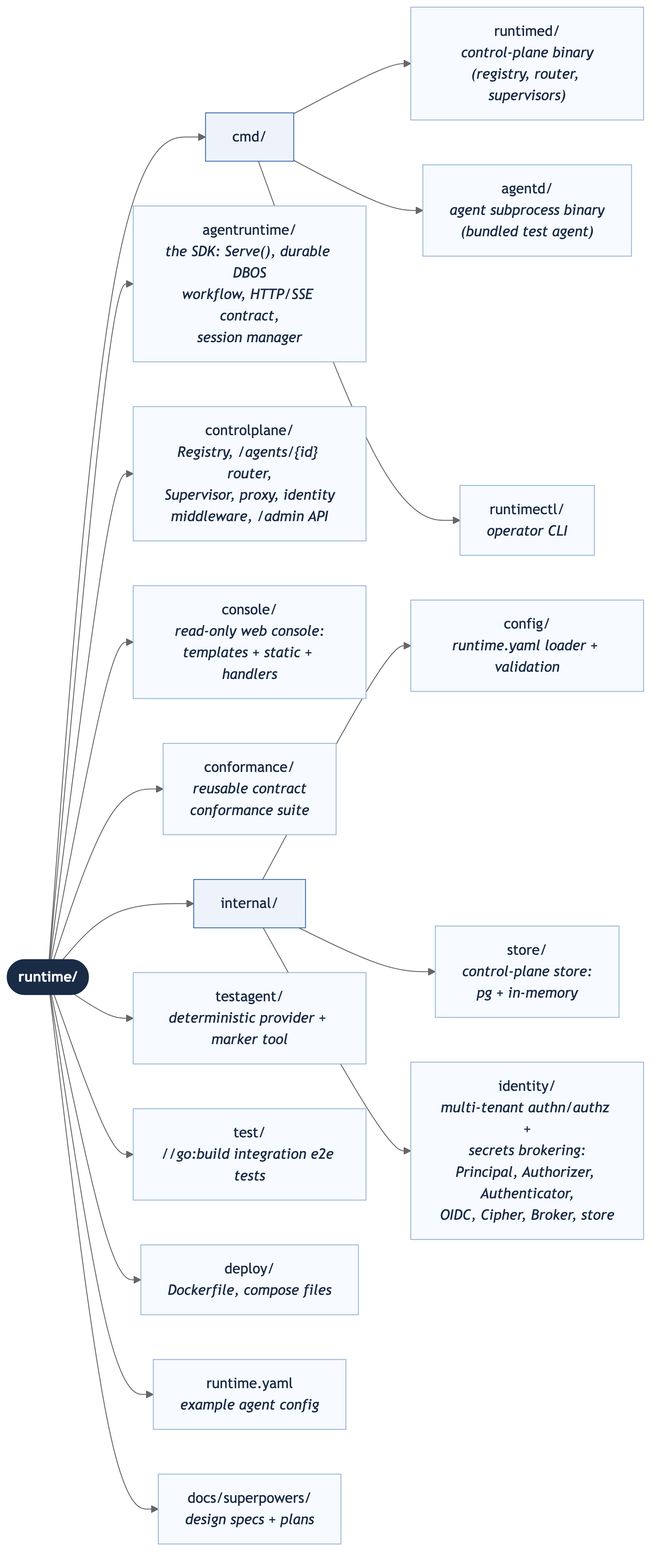
This is docs/images/project-layout.png from sausheong/runtime, a Mermaid export, as it was before one commit. Its source is kept beside it as docs/images/project-layout.mmd.
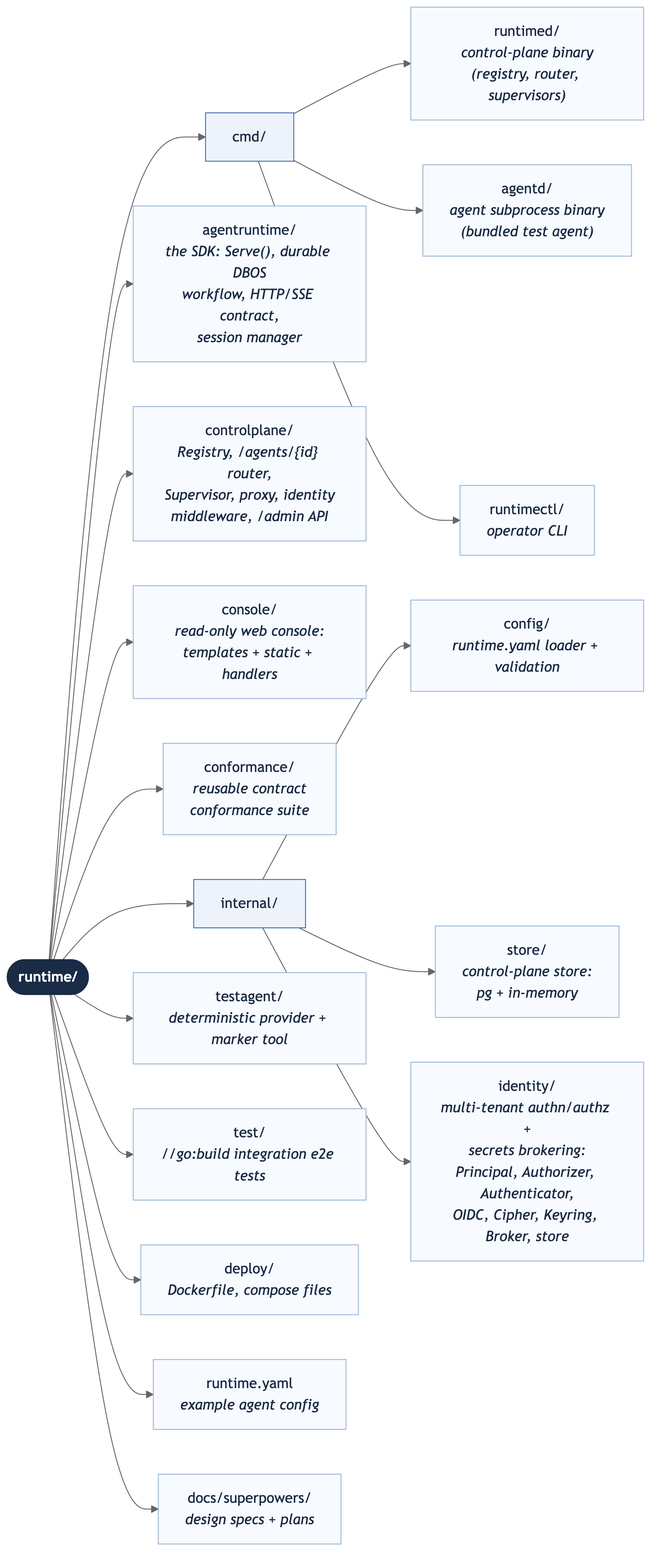
The same file after the commit.

Commit message:
docs(identity): document secrets key rotation (README, ROADMAP, layout); fix open-mode warning

The edit, as a diff of the source:
```diff
@@ -14,7 +14,7 @@
     internal["internal/"]
     cfg["config/<br/><i>runtime.yaml loader + validation</i>"]
     store["store/<br/><i>control-plane store:<br/>pg + in-memory</i>"]
-    ident["identity/<br/><i>multi-tenant authn/authz +<br/>secrets brokering:<br/>Principal, Authorizer, Authenticator,<br/>OIDC, Cipher, Broker, store</i>"]
+    ident["identity/<br/><i>multi-tenant authn/authz +<br/>secrets brokering:<br/>Principal, Authorizer, Authenticator,<br/>OIDC, Cipher, Keyring, Broker, store</i>"]
 
     testagent["testagent/<br/><i>deterministic provider + marker tool</i>"]
     test["test/<br/><i>//go:build integration e2e tests</i>"]
```
